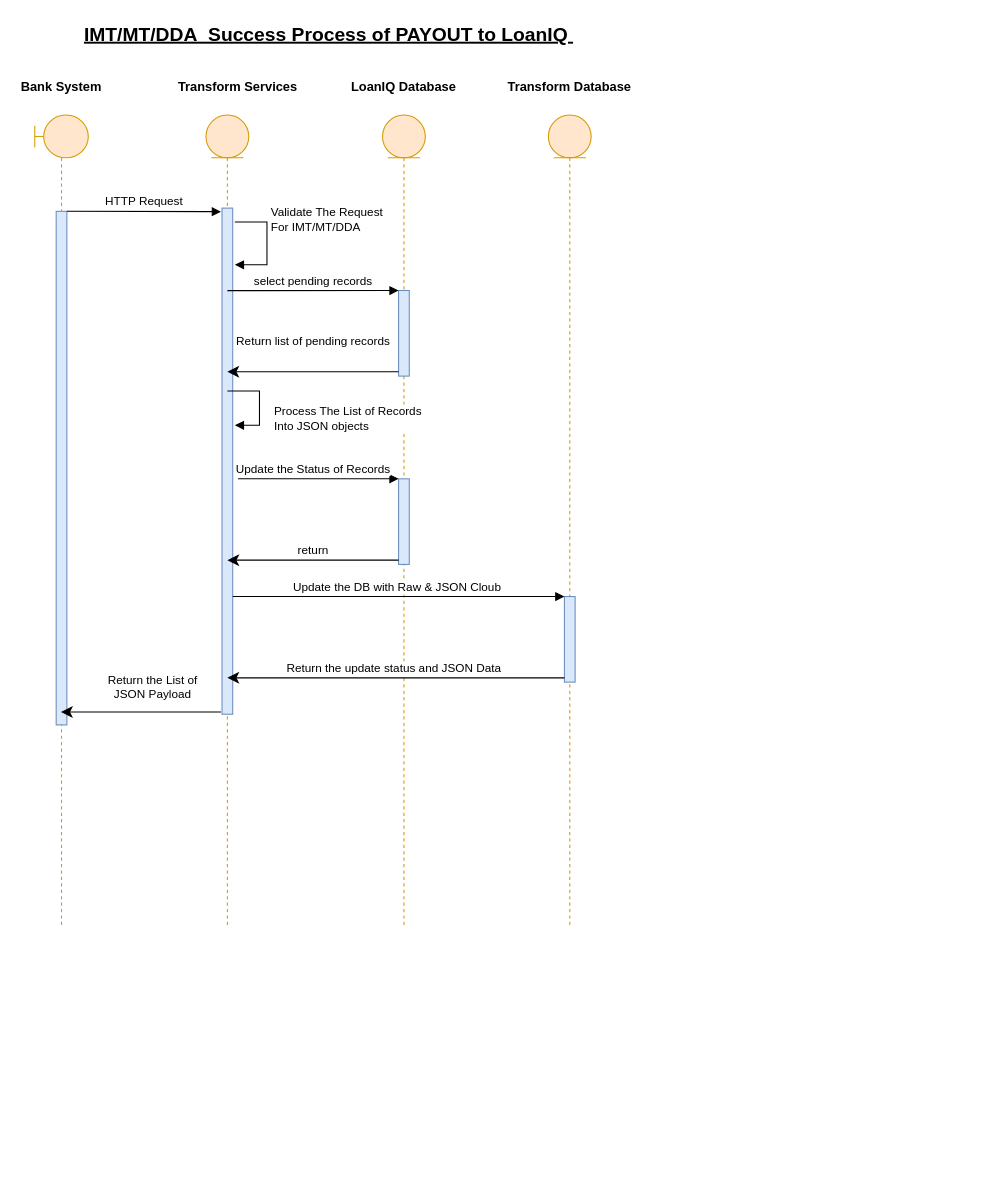
Before: page "Page-6" (6 of 6) of NFR_Reliability.drawio in thrivikramarajarao/easy_test_domain, a draw.io diagram. Source tidied: cells renumbered, new cells numbered last; positions are measured from the earlier drawing's top-left corner, leaving out a move shared by most shapes. Both pictures are drawn from the tidied source at 107%, with x=0, y=0 at pixel (18, 18).
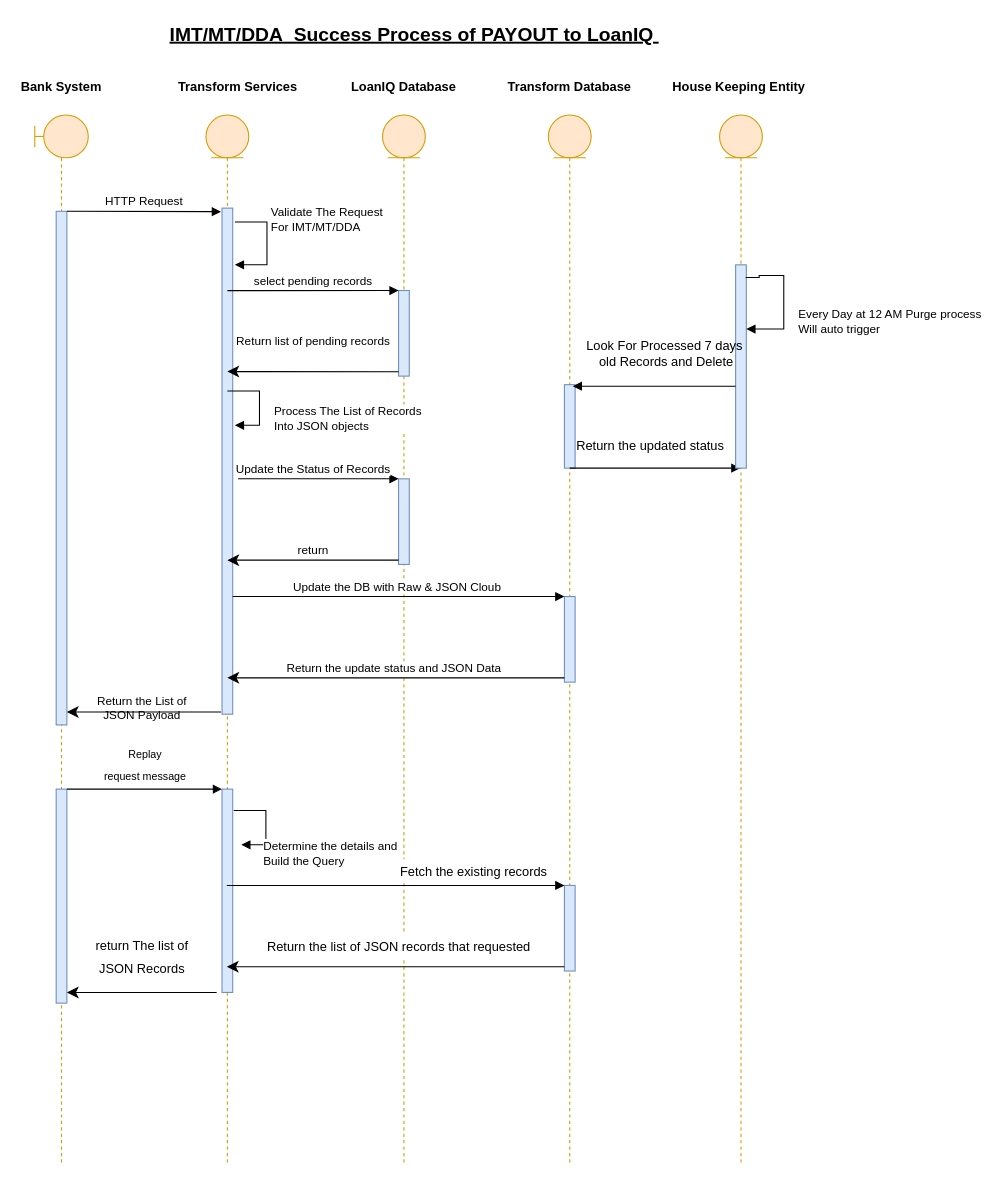
After the change.

The change refers to these unchanged cells:
```xml
<mxCell id="7" style="html=1;points=[];perimeter=orthogonalPerimeter;fillColor=#dae8fc;strokeColor=#6c8ebf;" parent="6" vertex="1">
  <mxGeometry x="15" y="164" width="10" height="80" as="geometry" />
</mxCell>
<mxCell id="11" style="html=1;points=[];perimeter=orthogonalPerimeter;fillColor=#dae8fc;strokeColor=#6c8ebf;" parent="10" vertex="1">
  <mxGeometry x="15" y="87" width="10" height="473" as="geometry" />
</mxCell>
```

Diff of the diagram source:
```diff
@@
     <mxCell id="2" style="shape=umlLifeline;participant=umlBoundary;perimeter=lifelinePerimeter;whiteSpace=wrap;html=1;verticalAlign=top;spacingTop=36;outlineConnect=0;fillColor=#ffe6cc;strokeColor=#d79b00;" parent="1" vertex="1">
-      <mxGeometry x="15" y="90" width="50" height="760" as="geometry" />
+      <mxGeometry x="15" y="90" width="50" height="980" as="geometry" />
     </mxCell>
@@
+    <mxCell id="26" style="html=1;perimeter=orthogonalPerimeter;fontSize=18;fillColor=#dae8fc;strokeColor=#6c8ebf;" parent="2" vertex="1">
+      <mxGeometry x="20" y="630" width="10" height="200" as="geometry" />
+    </mxCell>
@@
     <mxCell id="6" style="shape=umlLifeline;participant=umlEntity;perimeter=lifelinePerimeter;whiteSpace=wrap;html=1;verticalAlign=top;spacingTop=36;fillColor=#ffe6cc;strokeColor=#d79b00;" parent="1" vertex="1">
-      <mxGeometry x="340" y="90" width="40" height="760" as="geometry" />
+      <mxGeometry x="340" y="90" width="40" height="980" as="geometry" />
     </mxCell>
@@
     <mxCell id="10" style="shape=umlLifeline;participant=umlEntity;perimeter=lifelinePerimeter;whiteSpace=wrap;html=1;verticalAlign=top;spacingTop=36;outlineConnect=0;fillColor=#ffe6cc;strokeColor=#d79b00;" parent="1" vertex="1">
-      <mxGeometry x="175" y="90" width="40" height="760" as="geometry" />
+      <mxGeometry x="175" y="90" width="40" height="980" as="geometry" />
     </mxCell>
@@
+    <mxCell id="27" style="html=1;points=[];perimeter=orthogonalPerimeter;fontSize=18;fillColor=#dae8fc;strokeColor=#6c8ebf;" parent="10" vertex="1">
+      <mxGeometry x="15" y="630" width="10" height="190" as="geometry" />
+    </mxCell>
@@
     <mxCell id="14" style="shape=umlLifeline;participant=umlEntity;perimeter=lifelinePerimeter;whiteSpace=wrap;html=1;verticalAlign=top;spacingTop=36;fillColor=#ffe6cc;strokeColor=#d79b00;" parent="1" vertex="1">
-      <mxGeometry x="495" y="90" width="40" height="760" as="geometry" />
+      <mxGeometry x="495" y="90" width="40" height="980" as="geometry" />
     </mxCell>
@@
+    <mxCell id="28" style="html=1;points=[];perimeter=orthogonalPerimeter;fontSize=18;fillColor=#dae8fc;strokeColor=#6c8ebf;" parent="14" vertex="1">
+      <mxGeometry x="15" y="720" width="10" height="80" as="geometry" />
+    </mxCell>
+    <mxCell id="29" style="html=1;points=[];perimeter=orthogonalPerimeter;fontSize=12;fillColor=#dae8fc;strokeColor=#6c8ebf;" parent="14" vertex="1">
+      <mxGeometry x="15" y="252" width="10" height="78" as="geometry" />
+    </mxCell>
+    <mxCell id="30" style="html=1;verticalAlign=bottom;endArrow=block;rounded=0;fontSize=12;" parent="14" edge="1">
+      <mxGeometry relative="1" as="geometry">
+        <mxPoint x="20" y="330" as="sourcePoint" />
+        <mxPoint x="179.5" y="330" as="targetPoint" />
+      </mxGeometry>
+    </mxCell>
@@
-    <mxCell id="19" value="Return list of pending records" style="html=1;verticalAlign=bottom;endArrow=classic;endSize=8;exitX=0;exitY=0.95;rounded=0;endFill=1;" parent="1" edge="1" source="7">
-      <mxGeometry y="-20" relative="1" as="geometry">
-        <mxPoint x="195" y="330" as="targetPoint" />
-      </mxGeometry>
+    <mxCell id="19" value="Return list of pending records" style="html=1;verticalAlign=bottom;endArrow=classic;endSize=8;exitX=0;exitY=0.95;rounded=0;endFill=1;entryX=0.5;entryY=0.323;entryDx=0;entryDy=0;entryPerimeter=0;" parent="1" edge="1" source="7" target="11">
+      <mxGeometry y="-20" relative="1" as="geometry" />
     </mxCell>
@@
-    <mxCell id="24" value="Return the List of &lt;br&gt;JSON Payload" style="html=1;verticalAlign=bottom;endArrow=classic;endSize=8;rounded=0;endFill=1;" parent="1" edge="1" target="2">
-      <mxGeometry x="-0.14" y="-8" relative="1" as="geometry">
+    <mxCell id="24" value="Return the List of &lt;br&gt;JSON Payload" style="html=1;verticalAlign=bottom;endArrow=classic;endSize=8;rounded=0;endFill=1;labelBackgroundColor=none;" parent="1" edge="1">
+      <mxGeometry x="0.03" y="12" relative="1" as="geometry">
         <mxPoint x="189" y="648" as="sourcePoint" />
+        <mxPoint x="45" y="648" as="targetPoint" />
       </mxGeometry>
     </mxCell>
     <mxCell id="25" value="IMT/MT/DDA  Success Process of PAYOUT to LoanIQ " style="text;align=center;fontStyle=5;verticalAlign=middle;spacingLeft=3;spacingRight=3;strokeColor=none;fontSize=18;" parent="1" vertex="1">
-      <mxGeometry x="45" width="490" height="26" as="geometry" />
+      <mxGeometry x="125" width="490" height="26" as="geometry" />
     </mxCell>
+    <mxCell id="31" value="&lt;font style=&quot;font-size: 10px&quot;&gt;Replay &lt;br&gt;request message&lt;/font&gt;" style="html=1;verticalAlign=bottom;endArrow=block;entryX=0;entryY=0;rounded=0;fontSize=18;" parent="1" edge="1" target="27">
+      <mxGeometry relative="1" as="geometry">
+        <mxPoint x="45" y="720" as="sourcePoint" />
+      </mxGeometry>
+    </mxCell>
+    <mxCell id="32" value="Determine the details and&lt;br&gt;Build the Query&amp;nbsp;&amp;nbsp;" style="edgeStyle=orthogonalEdgeStyle;html=1;align=left;spacingLeft=2;endArrow=block;rounded=0;" parent="1" edge="1">
+      <mxGeometry x="0.6" y="8" relative="1" as="geometry">
+        <mxPoint x="201" y="740" as="sourcePoint" />
+        <mxPoint x="208" y="772" as="targetPoint" />
+        <Array as="points">
+          <mxPoint x="208" y="740" />
+          <mxPoint x="231" y="740" />
+          <mxPoint x="231" y="772" />
+        </Array>
+      </mxGeometry>
+    </mxCell>
+    <mxCell id="33" value="&lt;span style=&quot;font-size: 12px&quot;&gt;return The list of &lt;br&gt;JSON Records&lt;/span&gt;" style="html=1;verticalAlign=bottom;endArrow=classic;endSize=8;rounded=0;fontSize=18;endFill=1;" parent="1" edge="1">
+      <mxGeometry y="-10" relative="1" as="geometry">
+        <mxPoint x="185" y="910" as="sourcePoint" />
+        <mxPoint x="45" y="910" as="targetPoint" />
+      </mxGeometry>
+    </mxCell>
+    <mxCell id="34" value="&lt;font style=&quot;font-size: 12px&quot;&gt;Fetch the existing records&lt;/font&gt;" style="html=1;verticalAlign=bottom;endArrow=block;entryX=0;entryY=0;rounded=0;fontSize=18;" parent="1" edge="1" source="10" target="28">
+      <mxGeometry x="0.46" relative="1" as="geometry" />
+    </mxCell>
+    <mxCell id="35" value="&lt;font style=&quot;font-size: 12px&quot;&gt;Return the list of JSON records that requested&lt;/font&gt;" style="html=1;verticalAlign=bottom;endArrow=classic;endSize=8;exitX=0;exitY=0.95;rounded=0;fontSize=18;endFill=1;" parent="1" edge="1" source="28" target="10">
+      <mxGeometry x="-0.02" y="-6" relative="1" as="geometry" />
+    </mxCell>
+    <mxCell id="36" style="shape=umlLifeline;participant=umlEntity;perimeter=lifelinePerimeter;whiteSpace=wrap;html=1;verticalAlign=top;spacingTop=36;fillColor=#ffe6cc;strokeColor=#d79b00;" parent="1" vertex="1">
+      <mxGeometry x="655" y="90" width="40" height="980" as="geometry" />
+    </mxCell>
+    <mxCell id="37" style="html=1;points=[];perimeter=orthogonalPerimeter;fillColor=#dae8fc;strokeColor=#6c8ebf;" parent="36" vertex="1">
+      <mxGeometry x="15" y="140" width="10" height="190" as="geometry" />
+    </mxCell>
+    <mxCell id="38" value="Every Day at 12 AM Purge process&amp;nbsp;&lt;br&gt;Will auto trigger" style="edgeStyle=orthogonalEdgeStyle;html=1;align=left;spacingLeft=2;endArrow=block;rounded=0;exitX=0.94;exitY=0.062;exitDx=0;exitDy=0;exitPerimeter=0;" parent="36" edge="1" source="37" target="37">
+      <mxGeometry x="0.31" y="10" relative="1" as="geometry">
+        <Array as="points">
+          <mxPoint x="37" y="152" />
+          <mxPoint x="37" y="150" />
+          <mxPoint x="60" y="150" />
+          <mxPoint x="60" y="200" />
+        </Array>
+      </mxGeometry>
+    </mxCell>
+    <mxCell id="39" value="House Keeping Entity " style="text;align=center;fontStyle=1;verticalAlign=middle;spacingLeft=3;spacingRight=3;strokeColor=none;" parent="1" vertex="1">
+      <mxGeometry x="635" y="50" width="80" height="26" as="geometry" />
+    </mxCell>
+    <mxCell id="40" value="Look For Processed 7 days&amp;nbsp;&lt;br&gt;old Records and Delete" style="html=1;verticalAlign=bottom;endArrow=block;rounded=0;fontSize=12;entryX=0.78;entryY=0.018;entryDx=0;entryDy=0;entryPerimeter=0;labelBackgroundColor=none;" parent="1" edge="1" source="37" target="29">
+      <mxGeometry x="-0.15" y="-13" relative="1" as="geometry" />
+    </mxCell>
+    <mxCell id="41" value="Return the updated status" style="text;html=1;align=center;verticalAlign=middle;strokeColor=none;fillColor=none;fontSize=12;" parent="1" vertex="1">
+      <mxGeometry x="515" y="390" width="150" height="20" as="geometry" />
+    </mxCell>
```
